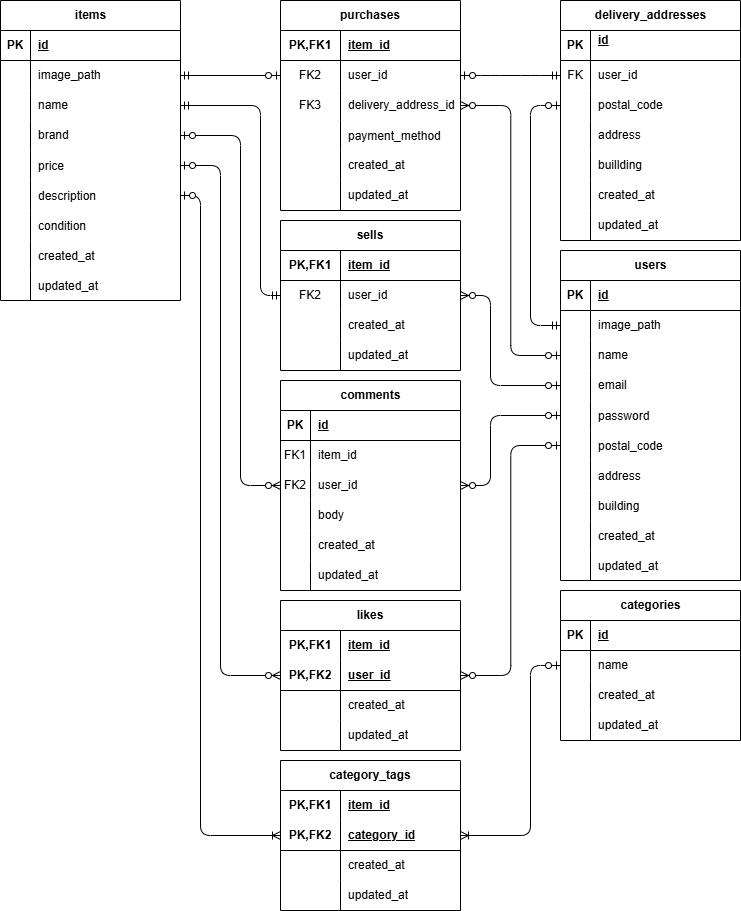
The draw.io diagram docs/er-diagram.drawio.png in fujiwara-k0814/first-mock-project, before a commit. Source tidied: cells renumbered, new cells last; positions are measured from the earlier drawing's top-left corner, leaving out a move shared by most shapes.
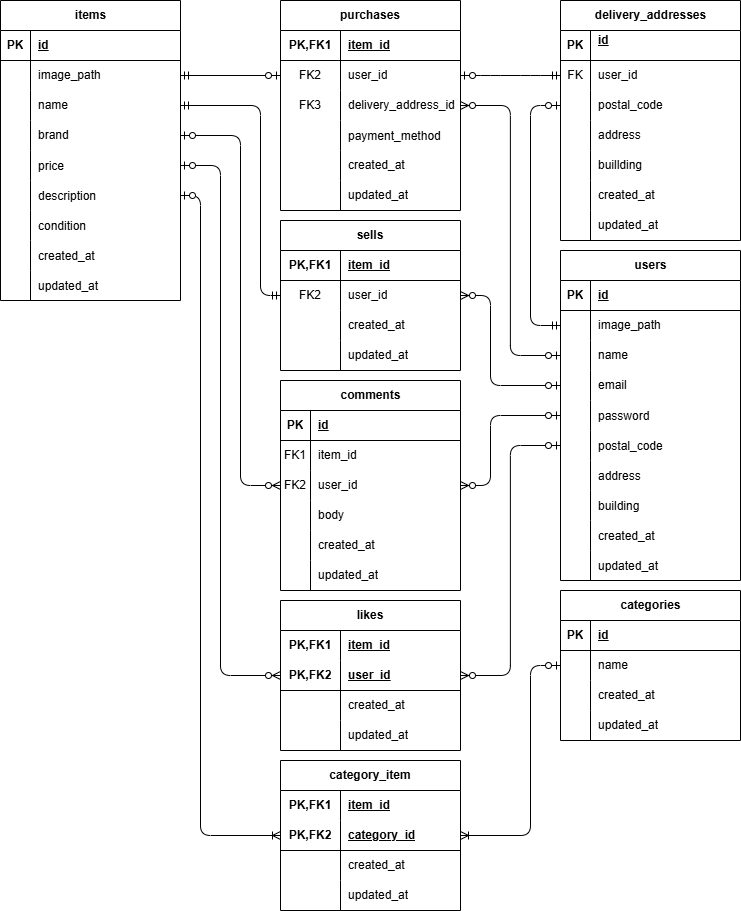
Later version of the same file.

The edit, as a diff of the source:
```diff
@@ -86,7 +86,7 @@
     <mxCell id="29" value="updated_at" style="shape=partialRectangle;fillColor=none;top=0;left=0;bottom=0;right=0;align=left;spacingLeft=6;overflow=hidden;" parent="27" vertex="1">
       <mxGeometry x="30" width="150" height="30" as="geometry" />
     </mxCell>
-    <mxCell id="30" value="category_tags" style="shape=table;startSize=30;rowLines=0;fontStyle=1;align=center;html=1;whiteSpace=wrap;" parent="1" vertex="1">
+    <mxCell id="30" value="category_item" style="shape=table;startSize=30;rowLines=0;fontStyle=1;align=center;html=1;whiteSpace=wrap;" parent="1" vertex="1">
       <mxGeometry x="280" y="760" width="180" height="150" as="geometry" />
     </mxCell>
     <mxCell id="31" style="shape=tableRow;horizontal=0;startSize=0;swimlaneHead=0;swimlaneBody=0;fillColor=none;top=0;left=0;right=0;bottom=0;html=1;" parent="30" vertex="1">
```
